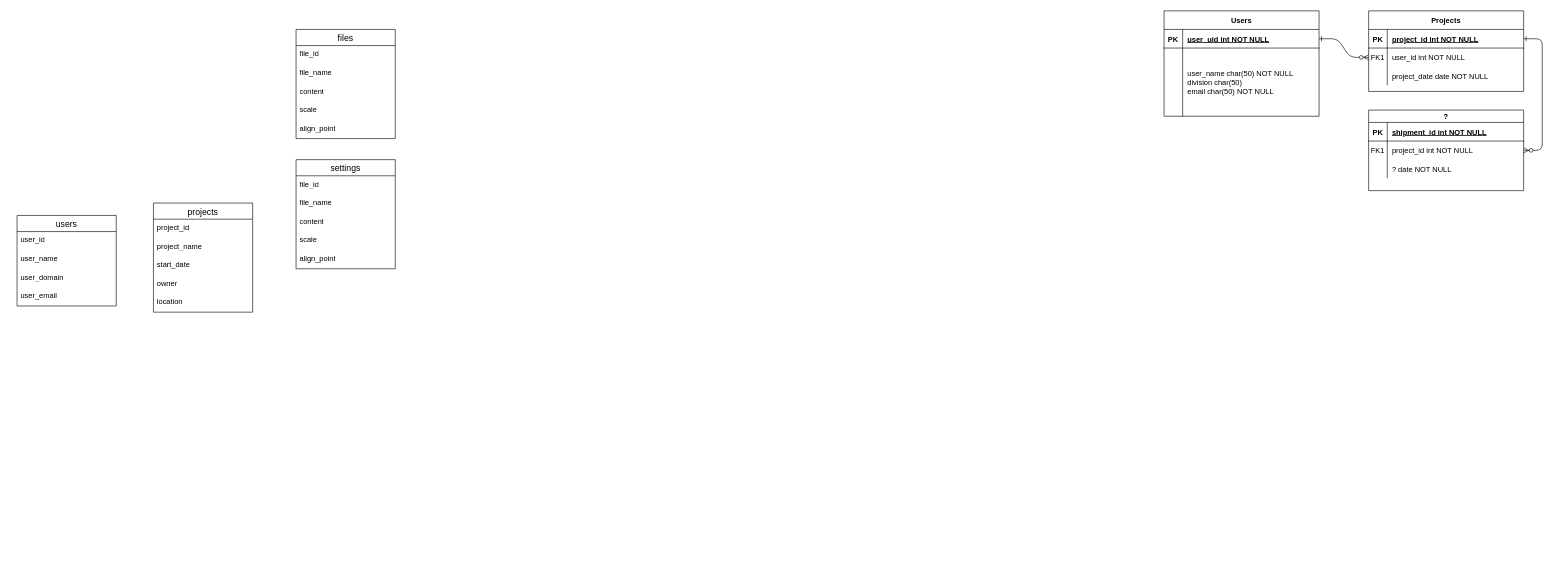
Earlier version of the draw.io diagram ER-diagram.drawio (rakshajp/arco-test). Source tidied: cells renumbered, new cells numbered last; positions are measured from the earlier drawing's top-left corner, leaving out a move shared by most shapes. Both pictures are drawn from the tidied source at 62%, with x=0, y=0 at pixel (17, 11).
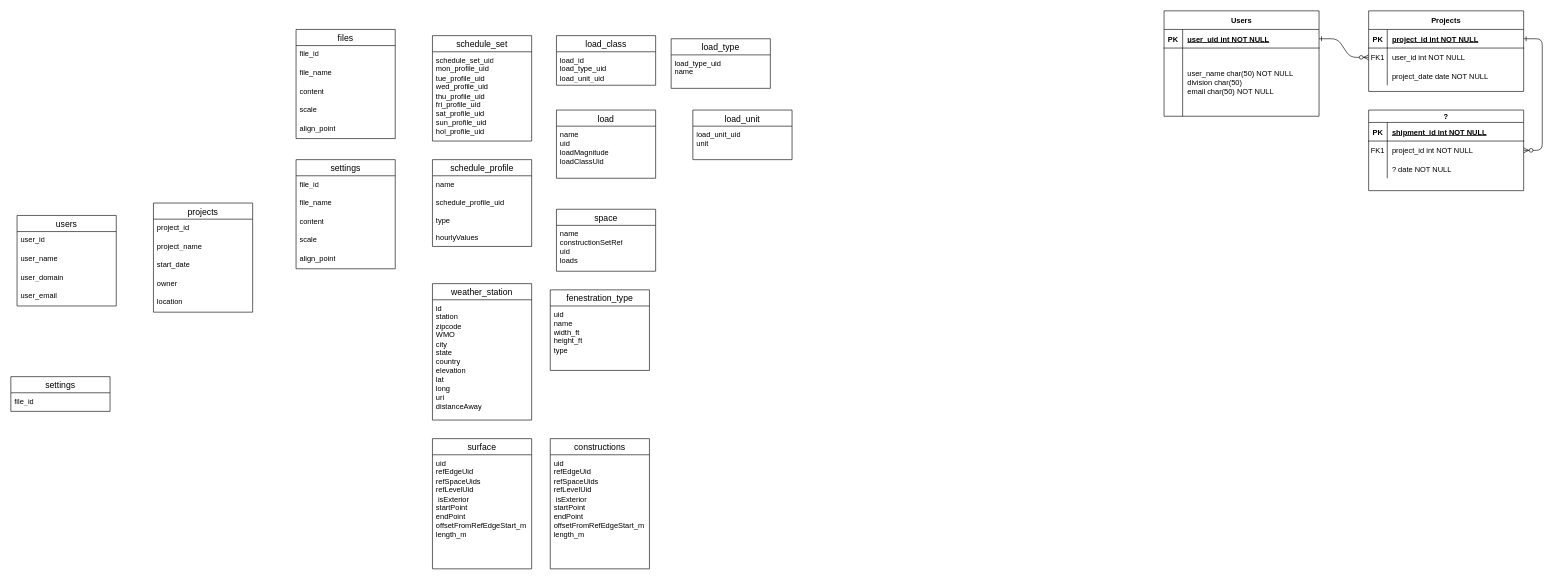
The same diagram, later.

Change to the diagram source:
```diff
@@
+    <mxCell id="54" value="schedule_profile" style="swimlane;fontStyle=0;horizontal=1;startSize=26;align=center;fontSize=14;" parent="1" vertex="1">
+      <mxGeometry x="670" y="240" width="160" height="140" as="geometry" />
+    </mxCell>
+    <mxCell id="55" value="&lt;div&gt;name&lt;/div&gt;&lt;div&gt;&lt;br&gt;&lt;/div&gt;&lt;div&gt;schedule_profile_uid&lt;/div&gt;&lt;div&gt;&lt;br&gt;&lt;/div&gt;&lt;div&gt;type&lt;/div&gt;&lt;div&gt;&lt;br&gt;&lt;/div&gt;&lt;div&gt;hourlyValues&lt;/div&gt;" style="text;strokeColor=none;fillColor=none;spacingLeft=4;spacingRight=4;overflow=hidden;fontSize=12;whiteSpace=wrap;html=1;" parent="54" vertex="1">
+      <mxGeometry y="26" width="160" height="114" as="geometry" />
+    </mxCell>
+    <mxCell id="56" value="schedule_set" style="swimlane;fontStyle=0;horizontal=1;startSize=26;align=center;fontSize=14;" parent="1" vertex="1">
+      <mxGeometry x="670" y="40" width="160" height="170" as="geometry" />
+    </mxCell>
+    <mxCell id="57" value="&lt;div&gt;schedule_set_uid&lt;/div&gt;&lt;div&gt;mon_profile_uid&lt;/div&gt;&lt;div&gt;tue_profile_uid&lt;br&gt;&lt;/div&gt;wed_profile_uid&lt;br&gt;thu_profile_uid&lt;br&gt;fri_profile_uid&lt;br&gt;sat_profile_uid&lt;br&gt;sun_profile_uid&lt;br&gt;hol_profile_uid" style="text;strokeColor=none;fillColor=none;spacingLeft=4;spacingRight=4;overflow=hidden;fontSize=12;whiteSpace=wrap;html=1;" parent="56" vertex="1">
+      <mxGeometry y="26" width="160" height="144" as="geometry" />
+    </mxCell>
+    <mxCell id="58" value="weather_station" style="swimlane;fontStyle=0;horizontal=1;startSize=26;align=center;fontSize=14;" parent="1" vertex="1">
+      <mxGeometry x="670" y="440" width="160" height="220" as="geometry" />
+    </mxCell>
+    <mxCell id="59" value="id&lt;br&gt;&lt;div&gt;station&lt;/div&gt;&lt;div&gt;zipcode&lt;/div&gt;&lt;div&gt;WMO&lt;/div&gt;&lt;div&gt;city&lt;/div&gt;&lt;div&gt;state&lt;/div&gt;&lt;div&gt;country&lt;/div&gt;&lt;div&gt;elevation&lt;/div&gt;&lt;div&gt;lat&lt;/div&gt;&lt;div&gt;long&lt;/div&gt;&lt;div&gt;uri&lt;/div&gt;&lt;div&gt;distanceAway&lt;/div&gt;" style="text;strokeColor=none;fillColor=none;spacingLeft=4;spacingRight=4;overflow=hidden;fontSize=12;whiteSpace=wrap;html=1;" parent="58" vertex="1">
+      <mxGeometry y="26" width="160" height="194" as="geometry" />
+    </mxCell>
+    <mxCell id="60" value="settings" style="swimlane;fontStyle=0;horizontal=1;startSize=26;align=center;fontSize=14;" parent="1" vertex="1">
+      <mxGeometry x="-10" y="590" width="160" height="56" as="geometry" />
+    </mxCell>
+    <mxCell id="61" value="file_id" style="text;strokeColor=none;fillColor=none;spacingLeft=4;spacingRight=4;overflow=hidden;fontSize=12;whiteSpace=wrap;html=1;" parent="60" vertex="1">
+      <mxGeometry y="26" width="160" height="30" as="geometry" />
+    </mxCell>
+    <mxCell id="62" value="surface" style="swimlane;fontStyle=0;horizontal=1;startSize=26;align=center;fontSize=14;" parent="1" vertex="1">
+      <mxGeometry x="670" y="690" width="160" height="210" as="geometry" />
+    </mxCell>
+    <mxCell id="63" value="&lt;span style=&quot;background-color: initial;&quot;&gt;uid&lt;/span&gt;&lt;br&gt;&lt;div&gt;refEdgeUid&lt;span style=&quot;white-space: pre;&quot;&gt;&#9;&lt;/span&gt;&lt;/div&gt;&lt;div&gt;refSpaceUids&lt;br&gt;&lt;/div&gt;&lt;div&gt;refLevelUid&lt;/div&gt;&lt;div&gt;&amp;nbsp;isExterior&lt;/div&gt;&lt;div&gt;startPoint&lt;/div&gt;&lt;div&gt;endPoint&lt;/div&gt;&lt;div&gt;offsetFromRefEdgeStart_m&lt;/div&gt;&lt;div&gt;length_m&lt;/div&gt;" style="text;strokeColor=none;fillColor=none;spacingLeft=4;spacingRight=4;overflow=hidden;fontSize=12;whiteSpace=wrap;html=1;" parent="62" vertex="1">
+      <mxGeometry y="26" width="160" height="184" as="geometry" />
+    </mxCell>
+    <mxCell id="64" value="load_class" style="swimlane;fontStyle=0;horizontal=1;startSize=26;align=center;fontSize=14;" parent="1" vertex="1">
+      <mxGeometry x="870" y="40" width="160" height="80" as="geometry" />
+    </mxCell>
+    <mxCell id="65" value="load_id&lt;br&gt;load_type_uid&lt;br&gt;load_unit_uid&lt;br&gt;&lt;div&gt;&lt;/div&gt;" style="text;strokeColor=none;fillColor=none;spacingLeft=4;spacingRight=4;overflow=hidden;fontSize=12;whiteSpace=wrap;html=1;" parent="64" vertex="1">
+      <mxGeometry y="26" width="160" height="54" as="geometry" />
+    </mxCell>
+    <mxCell id="66" value="load_unit" style="swimlane;fontStyle=0;horizontal=1;startSize=26;align=center;fontSize=14;" parent="1" vertex="1">
+      <mxGeometry x="1090" y="160" width="160" height="80" as="geometry" />
+    </mxCell>
+    <mxCell id="67" value="load_unit_uid&lt;br&gt;unit&lt;br&gt;&lt;div&gt;&lt;/div&gt;" style="text;strokeColor=none;fillColor=none;spacingLeft=4;spacingRight=4;overflow=hidden;fontSize=12;whiteSpace=wrap;html=1;" parent="66" vertex="1">
+      <mxGeometry y="26" width="160" height="54" as="geometry" />
+    </mxCell>
+    <mxCell id="68" value="load_type" style="swimlane;fontStyle=0;horizontal=1;startSize=26;align=center;fontSize=14;" parent="1" vertex="1">
+      <mxGeometry x="1055" y="45" width="160" height="80" as="geometry" />
+    </mxCell>
+    <mxCell id="69" value="load_type_uid&lt;br&gt;name&lt;br style=&quot;border-color: var(--border-color);&quot;&gt;&lt;div&gt;&lt;/div&gt;" style="text;strokeColor=none;fillColor=none;spacingLeft=4;spacingRight=4;overflow=hidden;fontSize=12;whiteSpace=wrap;html=1;" parent="68" vertex="1">
+      <mxGeometry y="26" width="160" height="54" as="geometry" />
+    </mxCell>
+    <mxCell id="70" value="constructions" style="swimlane;fontStyle=0;horizontal=1;startSize=26;align=center;fontSize=14;" parent="1" vertex="1">
+      <mxGeometry x="860" y="690" width="160" height="210" as="geometry" />
+    </mxCell>
+    <mxCell id="71" value="&lt;span style=&quot;background-color: initial;&quot;&gt;uid&lt;/span&gt;&lt;br&gt;&lt;div&gt;refEdgeUid&lt;span style=&quot;white-space: pre;&quot;&gt;&#9;&lt;/span&gt;&lt;/div&gt;&lt;div&gt;refSpaceUids&lt;br&gt;&lt;/div&gt;&lt;div&gt;refLevelUid&lt;/div&gt;&lt;div&gt;&amp;nbsp;isExterior&lt;/div&gt;&lt;div&gt;startPoint&lt;/div&gt;&lt;div&gt;endPoint&lt;/div&gt;&lt;div&gt;offsetFromRefEdgeStart_m&lt;/div&gt;&lt;div&gt;length_m&lt;/div&gt;" style="text;strokeColor=none;fillColor=none;spacingLeft=4;spacingRight=4;overflow=hidden;fontSize=12;whiteSpace=wrap;html=1;" parent="70" vertex="1">
+      <mxGeometry y="26" width="160" height="184" as="geometry" />
+    </mxCell>
+    <mxCell id="72" value="load" style="swimlane;fontStyle=0;horizontal=1;startSize=26;align=center;fontSize=14;" parent="1" vertex="1">
+      <mxGeometry x="870" y="160" width="160" height="110" as="geometry" />
+    </mxCell>
+    <mxCell id="73" value="&lt;div&gt;name&lt;/div&gt;&lt;div&gt;uid&lt;/div&gt;&lt;div&gt;loadMagnitude&lt;/div&gt;&lt;div&gt;loadClassUid&lt;/div&gt;&lt;div&gt;&lt;/div&gt;" style="text;strokeColor=none;fillColor=none;spacingLeft=4;spacingRight=4;overflow=hidden;fontSize=12;whiteSpace=wrap;html=1;" parent="72" vertex="1">
+      <mxGeometry y="26" width="160" height="84" as="geometry" />
+    </mxCell>
+    <mxCell id="74" value="space" style="swimlane;fontStyle=0;horizontal=1;startSize=26;align=center;fontSize=14;" parent="1" vertex="1">
+      <mxGeometry x="870" y="320" width="160" height="100" as="geometry" />
+    </mxCell>
+    <mxCell id="75" value="&lt;div&gt;name&lt;/div&gt;&lt;div&gt;constructionSetRef&lt;/div&gt;&lt;div&gt;uid&lt;/div&gt;&lt;div&gt;loads&lt;/div&gt;" style="text;strokeColor=none;fillColor=none;spacingLeft=4;spacingRight=4;overflow=hidden;fontSize=12;whiteSpace=wrap;html=1;" parent="74" vertex="1">
+      <mxGeometry y="26" width="160" height="74" as="geometry" />
+    </mxCell>
+    <mxCell id="76" value="fenestration_type" style="swimlane;fontStyle=0;horizontal=1;startSize=26;align=center;fontSize=14;" parent="1" vertex="1">
+      <mxGeometry x="860" y="450" width="160" height="130" as="geometry" />
+    </mxCell>
+    <mxCell id="77" value="&lt;div&gt;uid&lt;/div&gt;&lt;div&gt;name&lt;/div&gt;&lt;div&gt;width_ft&lt;/div&gt;&lt;div&gt;height_ft&lt;/div&gt;&lt;div&gt;type&lt;/div&gt;" style="text;strokeColor=none;fillColor=none;spacingLeft=4;spacingRight=4;overflow=hidden;fontSize=12;whiteSpace=wrap;html=1;" parent="76" vertex="1">
+      <mxGeometry y="26" width="160" height="104" as="geometry" />
+    </mxCell>
```
